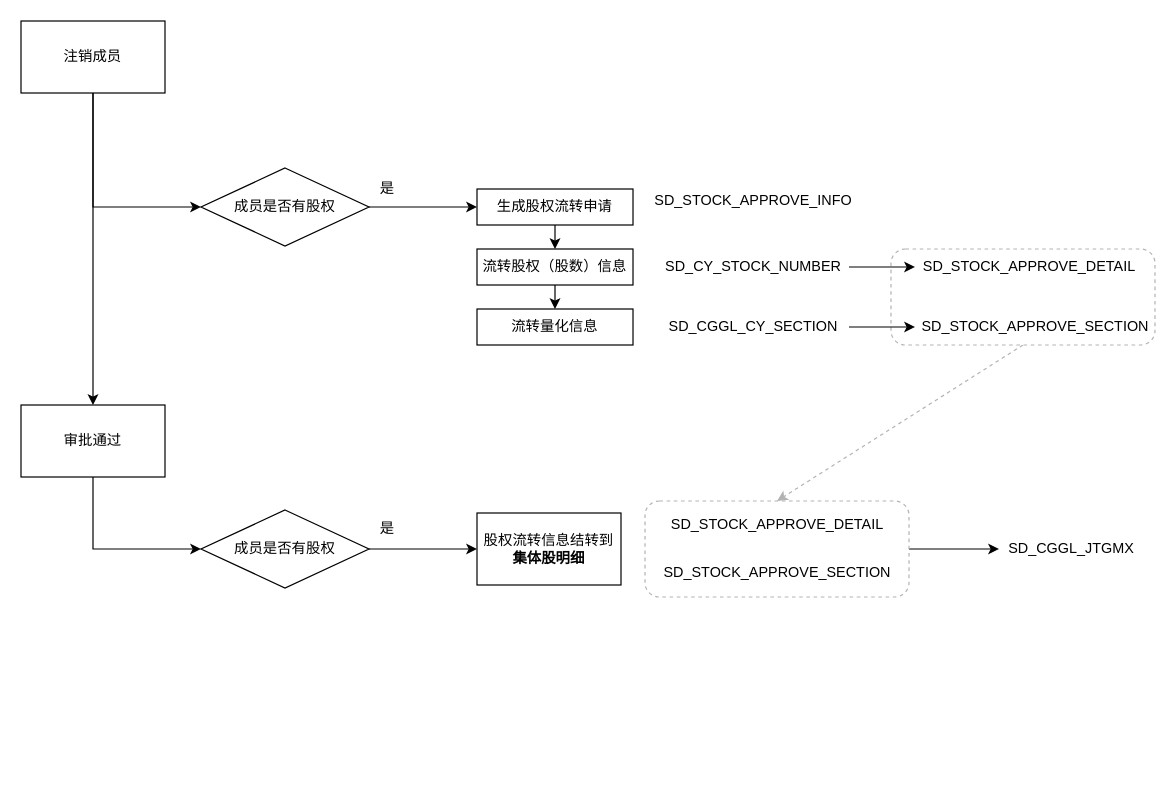
Before: page "山东产改-同步公益公积金" (17 of 17) of znxd业务.drawio in k525056857/mfr, a draw.io diagram. Source tidied: cells renumbered, new cells numbered last; positions are measured from the earlier drawing's top-left corner, leaving out a move shared by most shapes. Both pictures are drawn from the tidied source at 120%, with x=0, y=0 at pixel (20, 20).
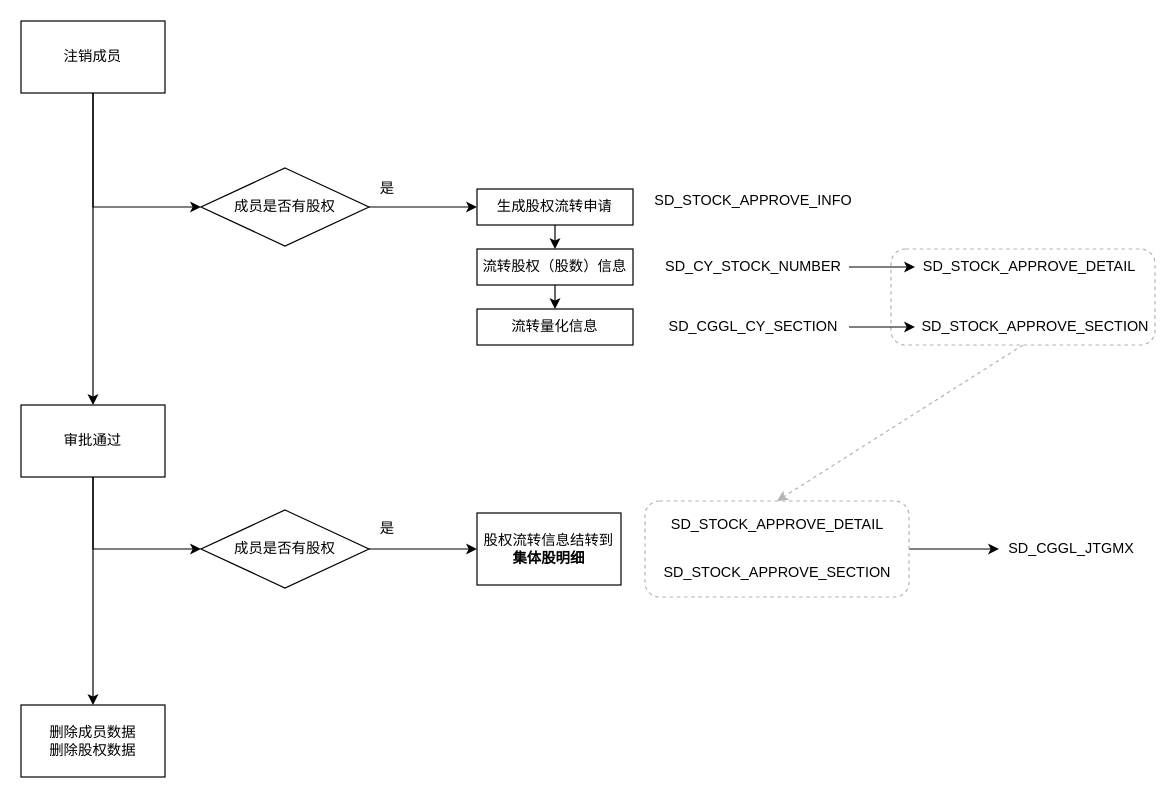
The same page after the edit.

Unchanged cells that the change refers to:
```xml
<mxCell id="10" value="审批通过" style="rounded=0;whiteSpace=wrap;html=1;align=center;" parent="1" vertex="1">
  <mxGeometry y="320" width="120" height="60" as="geometry" />
</mxCell>
```

The edit, as a diff of the source:
```diff
@@
+    <mxCell id="33" style="edgeStyle=orthogonalEdgeStyle;rounded=0;jettySize=auto;html=1;exitX=0.5;exitY=1;exitDx=0;exitDy=0;entryX=0.5;entryY=0;entryDx=0;entryDy=0;strokeColor=#000000;" parent="1" edge="1" source="10" target="34">
+      <mxGeometry relative="1" as="geometry" />
+    </mxCell>
@@
+    <mxCell id="34" value="删除成员数据&lt;br&gt;删除股权数据" style="rounded=0;whiteSpace=wrap;html=1;align=center;" parent="1" vertex="1">
+      <mxGeometry y="570" width="120" height="60" as="geometry" />
+    </mxCell>
```
